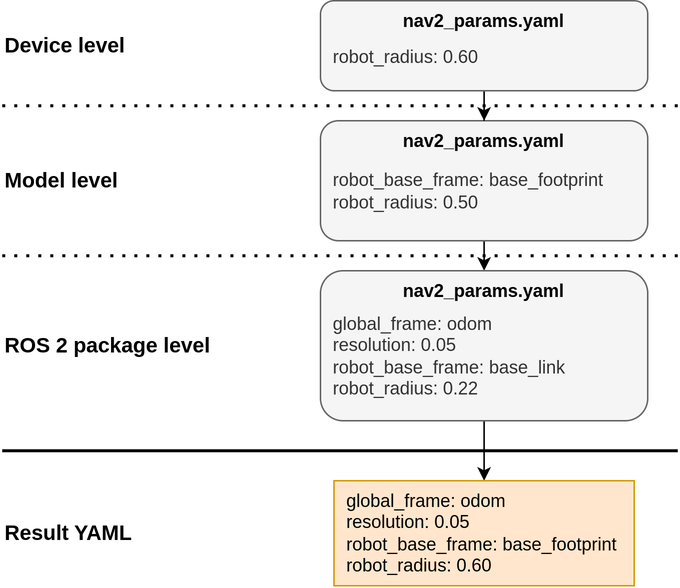
Karelics/param_configuration keeps this draw.io diagram as images/yaml_overlaying.drawio.png. Above is the earlier version. Source tidied: cells renumbered, new cells last; positions are measured from the earlier drawing's top-left corner, leaving out a move shared by most shapes.
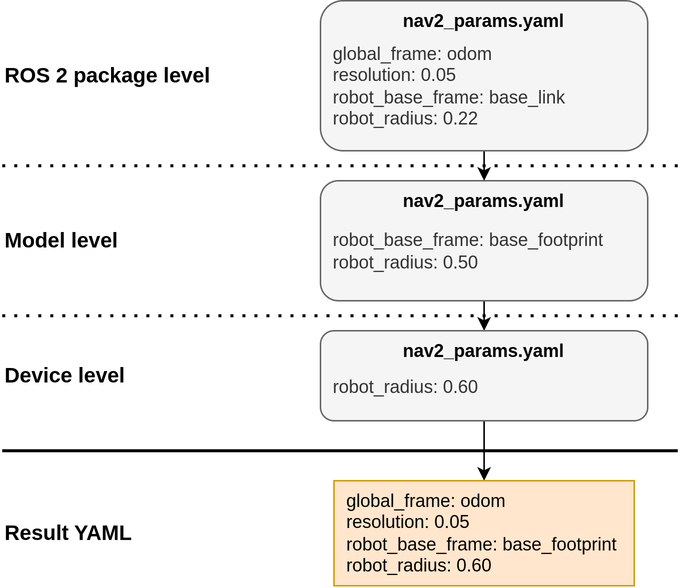
After the commit.

The edit, as a diff of the source:
```diff
@@ -2,65 +2,65 @@
   <root>
     <mxCell id="0" />
     <mxCell id="1" parent="0" />
-    <mxCell id="2" style="edgeStyle=orthogonalEdgeStyle;rounded=0;jettySize=auto;html=1;exitX=0.5;exitY=1;exitDx=0;exitDy=0;entryX=0.5;entryY=0;entryDx=0;entryDy=0;" parent="1" edge="1" source="3" target="11">
-      <mxGeometry relative="1" as="geometry" />
-    </mxCell>
+    <mxCell id="19" style="edgeStyle=orthogonalEdgeStyle;rounded=0;jettySize=auto;html=1;exitX=0.5;exitY=1;exitDx=0;exitDy=0;entryX=0.5;entryY=0;entryDx=0;entryDy=0;" parent="1" edge="1" source="3" target="9">
+      <mxGeometry relative="1" as="geometry" />
+    </mxCell>
     <mxCell id="3" value="&lt;div&gt;&lt;b&gt;&lt;br&gt;&lt;/b&gt;&lt;div&gt;&lt;div&gt;&amp;nbsp; robot_base_frame: base_footprint&lt;/div&gt;&lt;/div&gt;&lt;div&gt;&lt;div&gt;&amp;nbsp; robot_radius: 0.50&lt;/div&gt;&lt;/div&gt;&lt;/div&gt;" style="rounded=1;whiteSpace=wrap;html=1;align=left;fillColor=#f5f5f5;strokeColor=#666666;fontColor=#333333;" parent="1" vertex="1">
-      <mxGeometry x="212" y="80" width="218" height="80" as="geometry" />
+      <mxGeometry x="212" y="-10" width="218" height="80" as="geometry" />
     </mxCell>
-    <mxCell id="4" style="edgeStyle=orthogonalEdgeStyle;rounded=0;jettySize=auto;html=1;entryX=0.5;entryY=0;entryDx=0;entryDy=0;" parent="1" edge="1" source="5" target="10">
-      <mxGeometry relative="1" as="geometry" />
-    </mxCell>
+    <mxCell id="20" style="edgeStyle=orthogonalEdgeStyle;rounded=0;jettySize=auto;html=1;exitX=0.5;exitY=1;exitDx=0;exitDy=0;entryX=0.5;entryY=0;entryDx=0;entryDy=0;" parent="1" edge="1" source="5" target="8">
+      <mxGeometry relative="1" as="geometry" />
+    </mxCell>
     <mxCell id="5" value="&lt;div&gt;&lt;br&gt;&lt;/div&gt;&lt;div&gt;&lt;div&gt;&lt;span style=&quot;background-color: initial;&quot;&gt;&amp;nbsp; robot_radius: 0.60&lt;/span&gt;&lt;/div&gt;&lt;/div&gt;" style="rounded=1;whiteSpace=wrap;html=1;align=left;fillColor=#f5f5f5;fontColor=#333333;strokeColor=#666666;" parent="1" vertex="1">
-      <mxGeometry x="212" width="218" height="60" as="geometry" />
+      <mxGeometry x="212" y="90" width="218" height="60" as="geometry" />
     </mxCell>
-    <mxCell id="6" style="edgeStyle=orthogonalEdgeStyle;rounded=0;jettySize=auto;html=1;exitX=0.5;exitY=1;exitDx=0;exitDy=0;entryX=0.5;entryY=0;entryDx=0;entryDy=0;" parent="1" edge="1" source="7" target="8">
-      <mxGeometry relative="1" as="geometry" />
-    </mxCell>
+    <mxCell id="21" style="edgeStyle=orthogonalEdgeStyle;rounded=0;jettySize=auto;html=1;exitX=0.5;exitY=1;exitDx=0;exitDy=0;entryX=0.5;entryY=0;entryDx=0;entryDy=0;" parent="1" edge="1" source="7" target="10">
+      <mxGeometry relative="1" as="geometry" />
+    </mxCell>
     <mxCell id="7" value="&lt;div style=&quot;&quot;&gt;&lt;br&gt;&lt;/div&gt;&lt;div&gt;&lt;div&gt;&lt;span style=&quot;background-color: initial;&quot;&gt;&amp;nbsp; global_frame: odom&lt;/span&gt;&lt;br&gt;&lt;/div&gt;&lt;div&gt;&lt;div&gt;&amp;nbsp; resolution: 0.05&lt;br&gt;&lt;/div&gt;&lt;div&gt;&amp;nbsp; robot_base_frame: base_link&lt;/div&gt;&lt;div&gt;&amp;nbsp; robot_radius: 0.22&lt;/div&gt;&lt;/div&gt;&lt;/div&gt;" style="rounded=1;whiteSpace=wrap;html=1;align=left;fillColor=#f5f5f5;fontColor=#333333;strokeColor=#666666;" parent="1" vertex="1">
-      <mxGeometry x="212" y="180" width="218" height="100" as="geometry" />
+      <mxGeometry x="212" y="-130" width="218" height="100" as="geometry" />
     </mxCell>
     <mxCell id="8" value="&lt;div style=&quot;color: rgb(0, 0, 0); font-family: Helvetica; font-size: 12px; font-style: normal; font-variant-ligatures: normal; font-variant-caps: normal; font-weight: 400; letter-spacing: normal; orphans: 2; text-align: left; text-indent: 0px; text-transform: none; widows: 2; word-spacing: 0px; -webkit-text-stroke-width: 0px; white-space: normal; text-decoration-thickness: initial; text-decoration-style: initial; text-decoration-color: initial;&quot;&gt;&amp;nbsp; global_frame: odom&lt;br&gt;&lt;/div&gt;&lt;div style=&quot;color: rgb(0, 0, 0); font-family: Helvetica; font-size: 12px; font-style: normal; font-variant-ligatures: normal; font-variant-caps: normal; font-weight: 400; letter-spacing: normal; orphans: 2; text-align: left; text-indent: 0px; text-transform: none; widows: 2; word-spacing: 0px; -webkit-text-stroke-width: 0px; white-space: normal; text-decoration-thickness: initial; text-decoration-style: initial; text-decoration-color: initial;&quot;&gt;&lt;div style=&quot;&quot;&gt;&amp;nbsp; resolution: 0.05&lt;br&gt;&lt;/div&gt;&lt;div style=&quot;&quot;&gt;&amp;nbsp; robot_base_frame: base_footprint&lt;/div&gt;&lt;div style=&quot;&quot;&gt;&amp;nbsp; robot_radius: 0.60&lt;/div&gt;&lt;/div&gt;" style="rounded=0;whiteSpace=wrap;html=1;align=left;fillColor=#ffe6cc;strokeColor=#d79b00;" parent="1" vertex="1">
-      <mxGeometry x="221" y="320" width="200" height="70" as="geometry" />
+      <mxGeometry x="221" y="190" width="200" height="70" as="geometry" />
     </mxCell>
     <mxCell id="9" value="&lt;div&gt;&lt;b&gt;nav2_params.yaml&lt;/b&gt;&lt;br style=&quot;color: rgb(0, 0, 0); font-family: Helvetica; font-size: 12px; font-style: normal; font-variant-ligatures: normal; font-variant-caps: normal; font-weight: 400; letter-spacing: normal; orphans: 2; text-indent: 0px; text-transform: none; widows: 2; word-spacing: 0px; -webkit-text-stroke-width: 0px; white-space: normal; background-color: rgb(255, 255, 255); text-decoration-thickness: initial; text-decoration-style: initial; text-decoration-color: initial;&quot;&gt;&lt;/div&gt;" style="text;whiteSpace=wrap;html=1;align=center;" parent="1" vertex="1">
-      <mxGeometry x="246" width="150" height="30" as="geometry" />
+      <mxGeometry x="246" y="90" width="150" height="30" as="geometry" />
     </mxCell>
     <mxCell id="10" value="&lt;b&gt;nav2_params.yaml&lt;/b&gt;" style="text;whiteSpace=wrap;html=1;align=center;" parent="1" vertex="1">
-      <mxGeometry x="246" y="80" width="150" height="30" as="geometry" />
+      <mxGeometry x="246" y="-10" width="150" height="30" as="geometry" />
     </mxCell>
     <mxCell id="11" value="&lt;div style=&quot;color: rgb(0, 0, 0); font-family: Helvetica; font-size: 12px; font-style: normal; font-variant-ligatures: normal; font-variant-caps: normal; font-weight: 400; letter-spacing: normal; orphans: 2; text-indent: 0px; text-transform: none; widows: 2; word-spacing: 0px; -webkit-text-stroke-width: 0px; white-space: normal; text-decoration-thickness: initial; text-decoration-style: initial; text-decoration-color: initial;&quot;&gt;&lt;b style=&quot;&quot;&gt;nav2_params.yaml&lt;/b&gt;&lt;/div&gt;" style="text;whiteSpace=wrap;html=1;align=center;" parent="1" vertex="1">
-      <mxGeometry x="251" y="180" width="140" height="30" as="geometry" />
+      <mxGeometry x="251" y="-130" width="140" height="30" as="geometry" />
     </mxCell>
     <mxCell id="12" value="&lt;font style=&quot;font-size: 14px;&quot;&gt;Device level&lt;/font&gt;" style="text;html=1;align=left;verticalAlign=middle;whiteSpace=wrap;rounded=0;fontStyle=1;" parent="1" vertex="1">
-      <mxGeometry y="15" width="160" height="30" as="geometry" />
+      <mxGeometry y="105" width="160" height="30" as="geometry" />
     </mxCell>
     <mxCell id="13" value="&lt;font style=&quot;font-size: 14px;&quot;&gt;Model level&lt;/font&gt;" style="text;html=1;align=left;verticalAlign=middle;whiteSpace=wrap;rounded=0;fontStyle=1;" parent="1" vertex="1">
-      <mxGeometry y="105" width="150" height="30" as="geometry" />
+      <mxGeometry y="15" width="150" height="30" as="geometry" />
     </mxCell>
     <mxCell id="14" value="&lt;font style=&quot;font-size: 14px;&quot;&gt;ROS 2 package level&lt;/font&gt;" style="text;html=1;align=left;verticalAlign=middle;whiteSpace=wrap;rounded=0;fontStyle=1;" parent="1" vertex="1">
-      <mxGeometry y="215" width="150" height="30" as="geometry" />
+      <mxGeometry y="-95" width="150" height="30" as="geometry" />
     </mxCell>
     <mxCell id="15" style="endArrow=none;dashed=1;html=1;dashPattern=1 3;strokeWidth=2;rounded=0;" parent="1" edge="1">
       <mxGeometry relative="1" as="geometry">
-        <mxPoint y="70" as="sourcePoint" />
-        <mxPoint x="450" y="70" as="targetPoint" />
+        <mxPoint y="80" as="sourcePoint" />
+        <mxPoint x="450" y="80" as="targetPoint" />
       </mxGeometry>
     </mxCell>
     <mxCell id="16" style="endArrow=none;dashed=1;html=1;dashPattern=1 3;strokeWidth=2;rounded=0;" parent="1" edge="1">
       <mxGeometry relative="1" as="geometry">
-        <mxPoint y="170" as="sourcePoint" />
-        <mxPoint x="450" y="170" as="targetPoint" />
+        <mxPoint y="-20" as="sourcePoint" />
+        <mxPoint x="450" y="-20" as="targetPoint" />
       </mxGeometry>
     </mxCell>
     <mxCell id="17" style="endArrow=none;html=1;strokeWidth=2;rounded=0;" parent="1" edge="1">
       <mxGeometry relative="1" as="geometry">
-        <mxPoint y="300" as="sourcePoint" />
-        <mxPoint x="450" y="300" as="targetPoint" />
+        <mxPoint y="170" as="sourcePoint" />
+        <mxPoint x="450" y="170" as="targetPoint" />
       </mxGeometry>
     </mxCell>
     <mxCell id="18" value="&lt;font style=&quot;font-size: 14px;&quot;&gt;Result YAML&lt;/font&gt;" style="text;html=1;align=left;verticalAlign=middle;whiteSpace=wrap;rounded=0;fontStyle=1;" parent="1" vertex="1">
-      <mxGeometry y="340" width="150" height="30" as="geometry" />
+      <mxGeometry y="210" width="150" height="30" as="geometry" />
     </mxCell>
   </root>
 </mxGraphModel>
```
